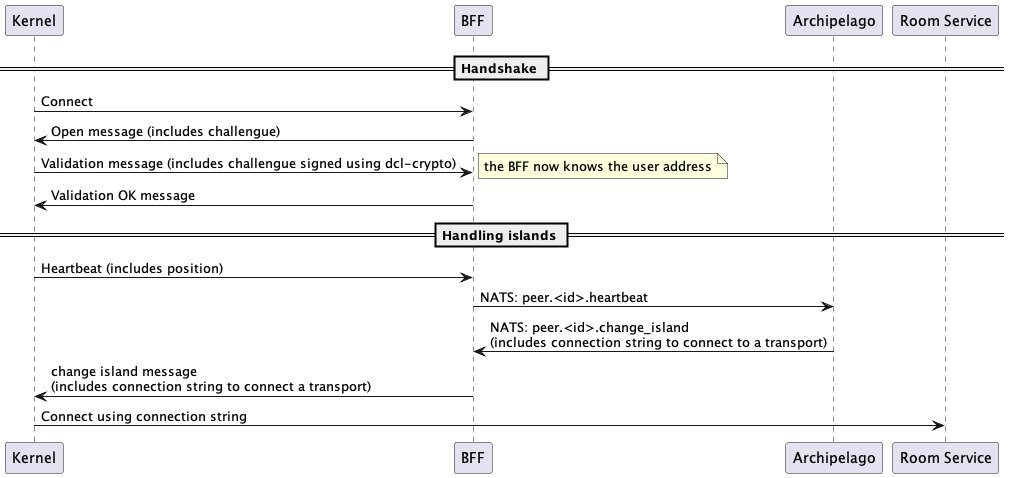
hugoArregui/dcl-workspace keeps this PlantUML diagram as docs/comms-v3-overview.png. Above is the earlier version.
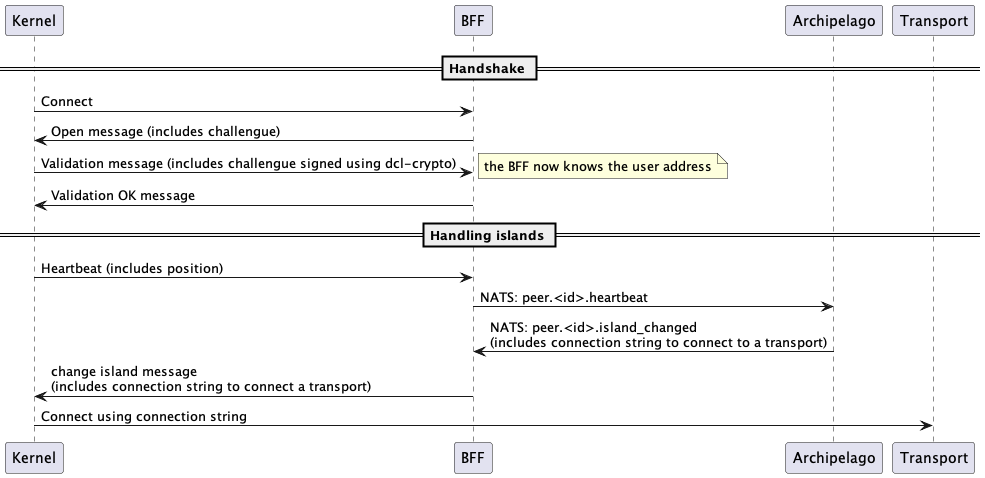
Above is the later version.

Diff of the diagram source:
```diff
@@ -2,7 +2,7 @@
 participant Kernel as K
 participant BFF as BFF
 participant Archipelago as A
-participant "Room Service" as Transport
+participant Transport as T
 
 == Handshake ==
 
@@ -17,8 +17,8 @@
 K->BFF: Heartbeat (includes position)
 BFF->A: NATS: peer.<id>.heartbeat
 
-A->BFF: NATS: peer.<id>.change_island \n(includes connection string to connect to a transport)
+A->BFF: NATS: peer.<id>.island_changed \n(includes connection string to connect to a transport)
 BFF->K: change island message \n(includes connection string to connect a transport)
 
-K->Transport: Connect using connection string
+K->T: Connect using connection string
 @enduml
```
